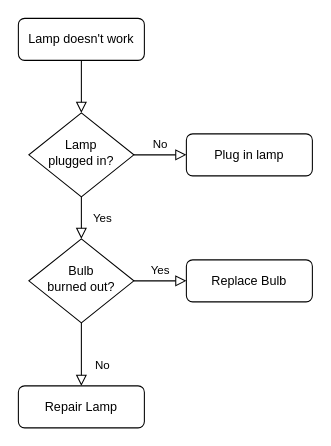
Before: newexample2025.drawio in emauter/GB_mysql, a draw.io diagram. Source tidied: cells renumbered, new cells numbered last; positions are measured from the earlier drawing's top-left corner, leaving out a move shared by most shapes. Both pictures are drawn from the tidied source at 105%, with x=0, y=0 at pixel (18, 18).
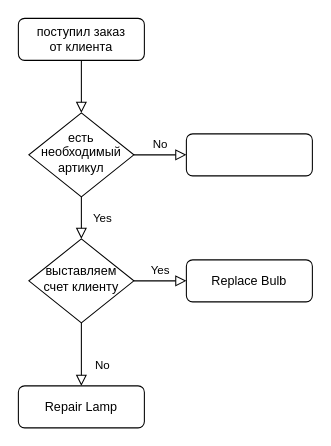
The same page after the edit.

The edit, as a diff of the source:
```diff
@@
 <mxGraphModel>
   <root>
     <mxCell id="0" />
     <mxCell id="1" parent="0" />
     <mxCell id="2" style="rounded=0;html=1;jettySize=auto;fontSize=11;endArrow=block;endFill=0;endSize=8;strokeWidth=1;shadow=0;labelBackgroundColor=none;edgeStyle=orthogonalEdgeStyle;" parent="1" edge="1" source="3" target="6">
       <mxGeometry relative="1" as="geometry" />
     </mxCell>
-    <mxCell id="3" value="Lamp doesn't work" style="rounded=1;whiteSpace=wrap;html=1;fontSize=12;glass=0;strokeWidth=1;shadow=0;" parent="1" vertex="1">
+    <mxCell id="3" value="поступил заказ&lt;div&gt;от клиента&lt;/div&gt;" style="rounded=1;whiteSpace=wrap;html=1;fontSize=12;glass=0;strokeWidth=1;shadow=0;" parent="1" vertex="1">
       <mxGeometry width="120" height="40" as="geometry" />
     </mxCell>
     <mxCell id="4" value="Yes" style="rounded=0;html=1;jettySize=auto;fontSize=11;endArrow=block;endFill=0;endSize=8;strokeWidth=1;shadow=0;labelBackgroundColor=none;edgeStyle=orthogonalEdgeStyle;" parent="1" edge="1" source="6" target="10">
       <mxGeometry y="20" relative="1" as="geometry" />
     </mxCell>
     <mxCell id="5" value="No" style="edgeStyle=orthogonalEdgeStyle;rounded=0;html=1;jettySize=auto;fontSize=11;endArrow=block;endFill=0;endSize=8;strokeWidth=1;shadow=0;labelBackgroundColor=none;" parent="1" edge="1" source="6" target="7">
       <mxGeometry y="10" relative="1" as="geometry" />
     </mxCell>
-    <mxCell id="6" value="Lamp&lt;br&gt;plugged in?" style="rhombus;whiteSpace=wrap;html=1;shadow=0;fontFamily=Helvetica;fontSize=12;align=center;strokeWidth=1;spacing=6;spacingTop=-4;" parent="1" vertex="1">
+    <mxCell id="6" value="есть необходимый артикул" style="rhombus;whiteSpace=wrap;html=1;shadow=0;fontFamily=Helvetica;fontSize=12;align=center;strokeWidth=1;spacing=6;spacingTop=-4;" parent="1" vertex="1">
       <mxGeometry x="10" y="90" width="100" height="80" as="geometry" />
     </mxCell>
-    <mxCell id="7" value="Plug in lamp" style="rounded=1;whiteSpace=wrap;html=1;fontSize=12;glass=0;strokeWidth=1;shadow=0;" parent="1" vertex="1">
+    <mxCell id="7" style="rounded=1;whiteSpace=wrap;html=1;fontSize=12;glass=0;strokeWidth=1;shadow=0;" parent="1" vertex="1">
       <mxGeometry x="160" y="110" width="120" height="40" as="geometry" />
     </mxCell>
     <mxCell id="8" value="No" style="rounded=0;html=1;jettySize=auto;fontSize=11;endArrow=block;endFill=0;endSize=8;strokeWidth=1;shadow=0;labelBackgroundColor=none;edgeStyle=orthogonalEdgeStyle;" parent="1" edge="1" source="10" target="11">
       <mxGeometry x="0.33" y="20" relative="1" as="geometry" />
     </mxCell>
     <mxCell id="9" value="Yes" style="edgeStyle=orthogonalEdgeStyle;rounded=0;html=1;jettySize=auto;fontSize=11;endArrow=block;endFill=0;endSize=8;strokeWidth=1;shadow=0;labelBackgroundColor=none;" parent="1" edge="1" source="10" target="12">
       <mxGeometry y="10" relative="1" as="geometry" />
     </mxCell>
-    <mxCell id="10" value="Bulb&lt;br&gt;burned out?" style="rhombus;whiteSpace=wrap;html=1;shadow=0;fontFamily=Helvetica;fontSize=12;align=center;strokeWidth=1;spacing=6;spacingTop=-4;" parent="1" vertex="1">
+    <mxCell id="10" value="выставляем счет клиенту" style="rhombus;whiteSpace=wrap;html=1;shadow=0;fontFamily=Helvetica;fontSize=12;align=center;strokeWidth=1;spacing=6;spacingTop=-4;" parent="1" vertex="1">
       <mxGeometry x="10" y="210" width="100" height="80" as="geometry" />
     </mxCell>
     <mxCell id="11" value="Repair Lamp" style="rounded=1;whiteSpace=wrap;html=1;fontSize=12;glass=0;strokeWidth=1;shadow=0;" parent="1" vertex="1">
       <mxGeometry y="350" width="120" height="40" as="geometry" />
     </mxCell>
     <mxCell id="12" value="Replace Bulb" style="rounded=1;whiteSpace=wrap;html=1;fontSize=12;glass=0;strokeWidth=1;shadow=0;" parent="1" vertex="1">
       <mxGeometry x="160" y="230" width="120" height="40" as="geometry" />
     </mxCell>
   </root>
 </mxGraphModel>
```
